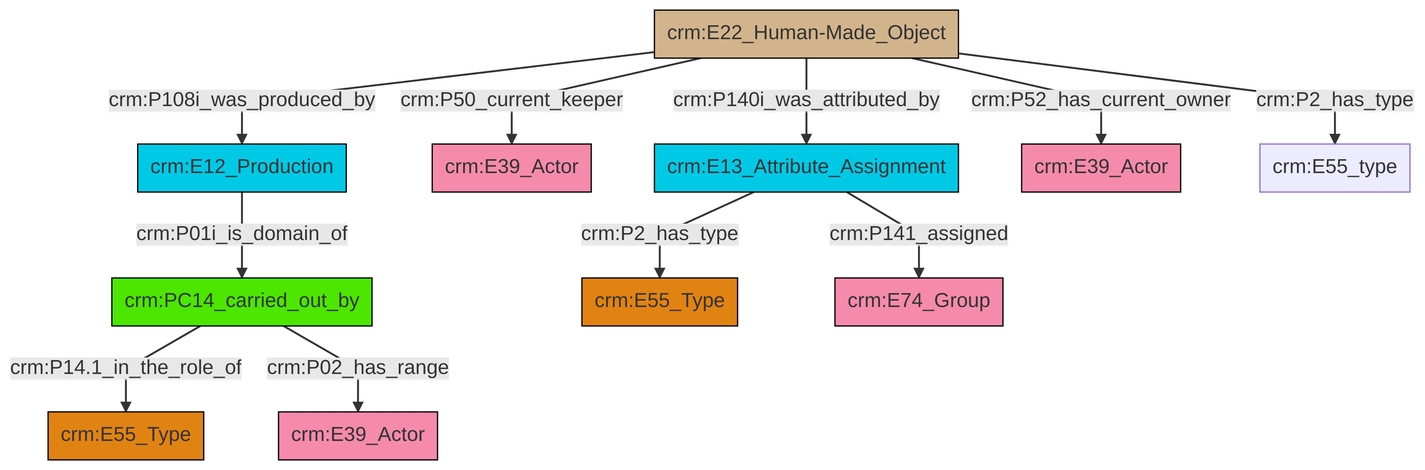
Above: et/artworkCSV/ttl/mmd/png/Artwork_Actor_Relations.png in swiss-art-research-net/reference-data-models (Mermaid), before the change. Its source is kept beside it as et/artworkCSV/ttl/mmd/Artwork_Actor_Relations.ttl.mmd.
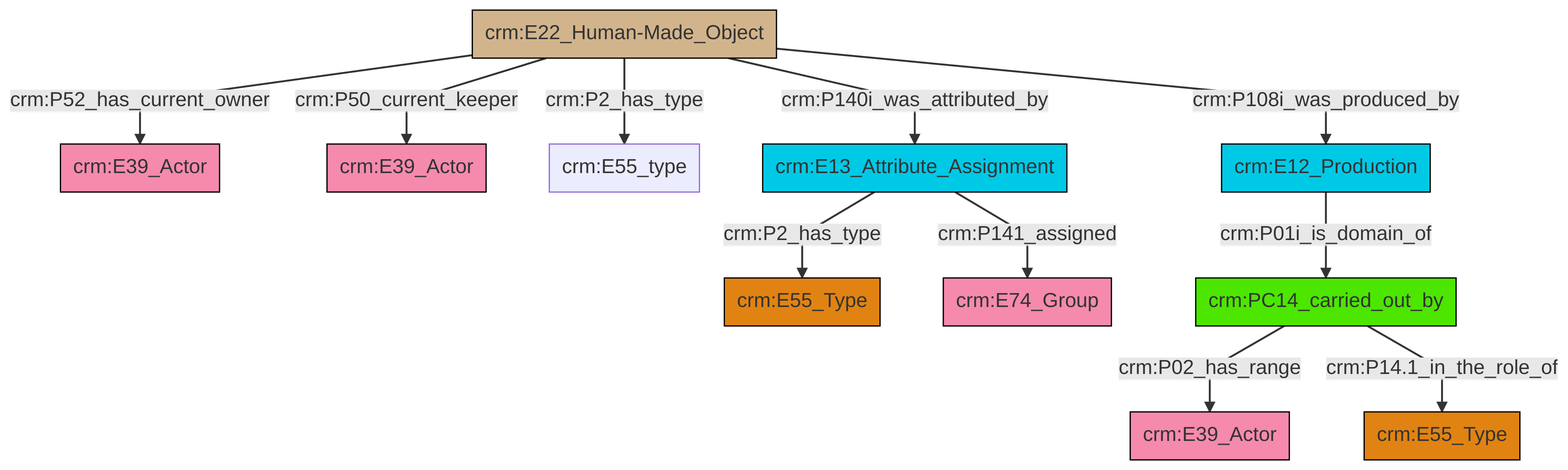
After the commit.

The edit, as a diff of the source:
```diff
@@ -13,13 +13,13 @@
 classDef PC_Classes fill:#4ce600, stroke:#000000;
 classDef Multi fill:#cccccc,stroke:#000000;
 
-0["crm:E22_Human-Made_Object"]:::Physical_Thing -->|crm:P140i_was_attributed_by| 1["crm:E13_Attribute_Assignment"]:::Temporal_Entity
-0["crm:E22_Human-Made_Object"]:::Physical_Thing -->|crm:P50_current_keeper| 3["crm:E39_Actor"]:::Actor
-7["crm:E12_Production"]:::Temporal_Entity -->|crm:P01i_is_domain_of| 5["crm:PC14_carried_out_by"]:::PC_Classes
-0["crm:E22_Human-Made_Object"]:::Physical_Thing -->|crm:P52_has_current_owner| 11["crm:E39_Actor"]:::Actor
-5["crm:PC14_carried_out_by"]:::PC_Classes -->|crm:P14.1_in_the_role_of| 12["crm:E55_Type"]:::Type
-1["crm:E13_Attribute_Assignment"]:::Temporal_Entity -->|crm:P2_has_type| 13["crm:E55_Type"]:::Type
-5["crm:PC14_carried_out_by"]:::PC_Classes -->|crm:P02_has_range| 9["crm:E39_Actor"]:::Actor
-0["crm:E22_Human-Made_Object"]:::Physical_Thing -->|crm:P2_has_type| 15["crm:E55_type"]:::Default
-1["crm:E13_Attribute_Assignment"]:::Temporal_Entity -->|crm:P141_assigned| 21["crm:E74_Group"]:::Actor
-0["crm:E22_Human-Made_Object"]:::Physical_Thing -->|crm:P108i_was_produced_by| 7["crm:E12_Production"]:::Temporal_Entity
+14["crm:PC14_carried_out_by"]:::PC_Classes -->|crm:P02_has_range| 15["crm:E39_Actor"]:::Actor
+17["crm:E12_Production"]:::Temporal_Entity -->|crm:P01i_is_domain_of| 14["crm:PC14_carried_out_by"]:::PC_Classes
+6["crm:E22_Human-Made_Object"]:::Physical_Thing -->|crm:P140i_was_attributed_by| 19["crm:E13_Attribute_Assignment"]:::Temporal_Entity
+14["crm:PC14_carried_out_by"]:::PC_Classes -->|crm:P14.1_in_the_role_of| 12["crm:E55_Type"]:::Type
+6["crm:E22_Human-Made_Object"]:::Physical_Thing -->|crm:P2_has_type| 10["crm:E55_type"]:::Default
+19["crm:E13_Attribute_Assignment"]:::Temporal_Entity -->|crm:P141_assigned| 8["crm:E74_Group"]:::Actor
+19["crm:E13_Attribute_Assignment"]:::Temporal_Entity -->|crm:P2_has_type| 0["crm:E55_Type"]:::Type
+6["crm:E22_Human-Made_Object"]:::Physical_Thing -->|crm:P108i_was_produced_by| 17["crm:E12_Production"]:::Temporal_Entity
+6["crm:E22_Human-Made_Object"]:::Physical_Thing -->|crm:P50_current_keeper| 4["crm:E39_Actor"]:::Actor
+6["crm:E22_Human-Made_Object"]:::Physical_Thing -->|crm:P52_has_current_owner| 2["crm:E39_Actor"]:::Actor
```
